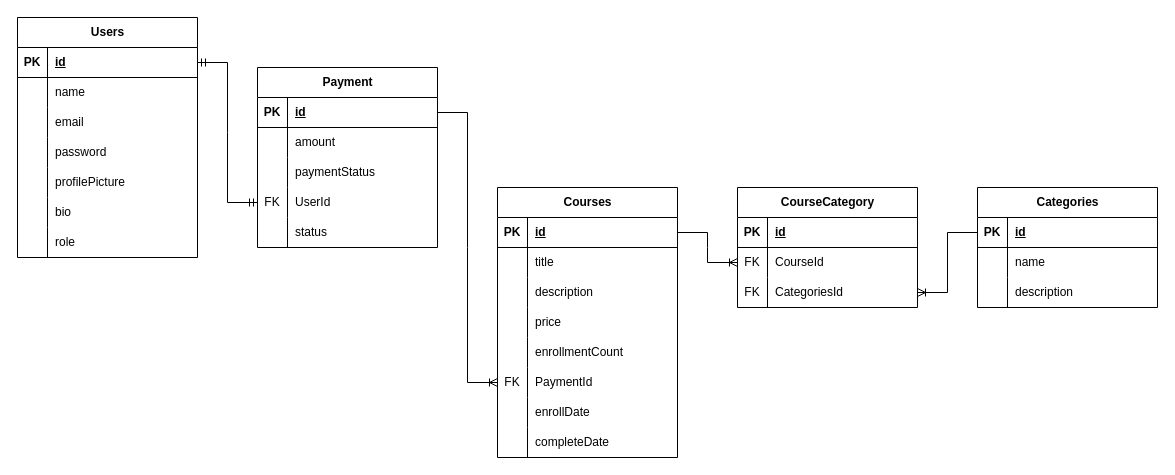
kosalaprasetya/sinauo keeps this draw.io diagram as education.drawio. Above is the earlier version. Source tidied: cells renumbered, new cells numbered last; positions are measured from the earlier drawing's top-left corner, leaving out a move shared by most shapes. Both pictures are drawn from the tidied source at 100%, with x=0, y=0 at pixel (17, 17).
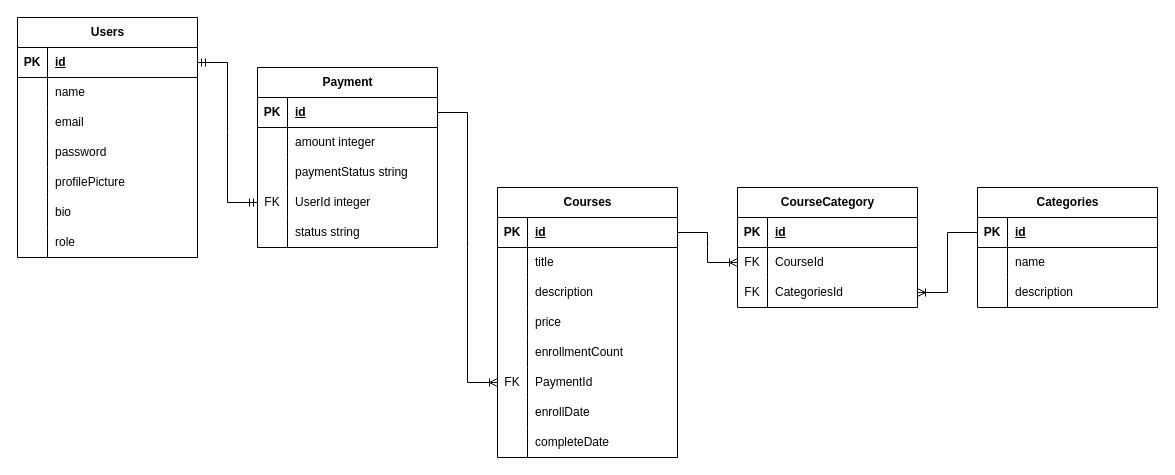
Above is the later version.

Commit message (it also covers changes not shown here):
feat(migrations, views, routers) : add payment migration schema, small modify in navbar and login, add home routing

The change refers to these unchanged cells:
```xml
<mxCell id="75" style="shape=tableRow;horizontal=0;startSize=0;swimlaneHead=0;swimlaneBody=0;fillColor=none;top=0;left=0;right=0;bottom=0;" parent="71" vertex="1">
  <mxGeometry y="60" width="180" height="30" as="geometry" />
</mxCell>
<mxCell id="78" style="shape=tableRow;horizontal=0;startSize=0;swimlaneHead=0;swimlaneBody=0;fillColor=none;top=0;left=0;right=0;bottom=0;" parent="71" vertex="1">
  <mxGeometry y="90" width="180" height="30" as="geometry" />
</mxCell>
<mxCell id="81" style="shape=tableRow;horizontal=0;startSize=0;swimlaneHead=0;swimlaneBody=0;fillColor=none;points=[[0,0.5],[1,0.5]];portConstraint=eastwest;top=0;left=0;right=0;bottom=0;" parent="71" vertex="1">
  <mxGeometry y="120" width="180" height="30" as="geometry" />
</mxCell>
<mxCell id="84" style="shape=tableRow;horizontal=0;startSize=0;swimlaneHead=0;swimlaneBody=0;fillColor=none;top=0;left=0;right=0;bottom=0;" parent="71" vertex="1">
  <mxGeometry y="150" width="180" height="30" as="geometry" />
</mxCell>
```

Change to the diagram source:
```diff
@@
-    <mxCell id="77" value="amount" style="shape=partialRectangle;fillColor=none;top=0;left=0;bottom=0;right=0;align=left;spacingLeft=6;overflow=hidden;whiteSpace=wrap;html=1;" parent="75" vertex="1">
+    <mxCell id="77" value="amount integer" style="shape=partialRectangle;fillColor=none;top=0;left=0;bottom=0;right=0;align=left;spacingLeft=6;overflow=hidden;whiteSpace=wrap;html=1;" parent="75" vertex="1">
       <mxGeometry x="30" width="150" height="30" as="geometry" />
     </mxCell>
@@
-    <mxCell id="80" value="paymentStatus" style="shape=partialRectangle;fillColor=none;top=0;left=0;bottom=0;right=0;align=left;spacingLeft=6;overflow=hidden;whiteSpace=wrap;html=1;" parent="78" vertex="1">
+    <mxCell id="80" value="paymentStatus string" style="shape=partialRectangle;fillColor=none;top=0;left=0;bottom=0;right=0;align=left;spacingLeft=6;overflow=hidden;whiteSpace=wrap;html=1;" parent="78" vertex="1">
       <mxGeometry x="30" width="150" height="30" as="geometry" />
     </mxCell>
@@
-    <mxCell id="83" value="UserId" style="shape=partialRectangle;fillColor=none;top=0;left=0;bottom=0;right=0;align=left;spacingLeft=6;overflow=hidden;whiteSpace=wrap;html=1;" parent="81" vertex="1">
+    <mxCell id="83" value="UserId integer" style="shape=partialRectangle;fillColor=none;top=0;left=0;bottom=0;right=0;align=left;spacingLeft=6;overflow=hidden;whiteSpace=wrap;html=1;" parent="81" vertex="1">
       <mxGeometry x="30" width="150" height="30" as="geometry" />
     </mxCell>
@@
-    <mxCell id="86" value="status" style="shape=partialRectangle;fillColor=none;top=0;left=0;bottom=0;right=0;align=left;spacingLeft=6;overflow=hidden;whiteSpace=wrap;html=1;" parent="84" vertex="1">
+    <mxCell id="86" value="status string" style="shape=partialRectangle;fillColor=none;top=0;left=0;bottom=0;right=0;align=left;spacingLeft=6;overflow=hidden;whiteSpace=wrap;html=1;" parent="84" vertex="1">
       <mxGeometry x="30" width="150" height="30" as="geometry" />
     </mxCell>
```
